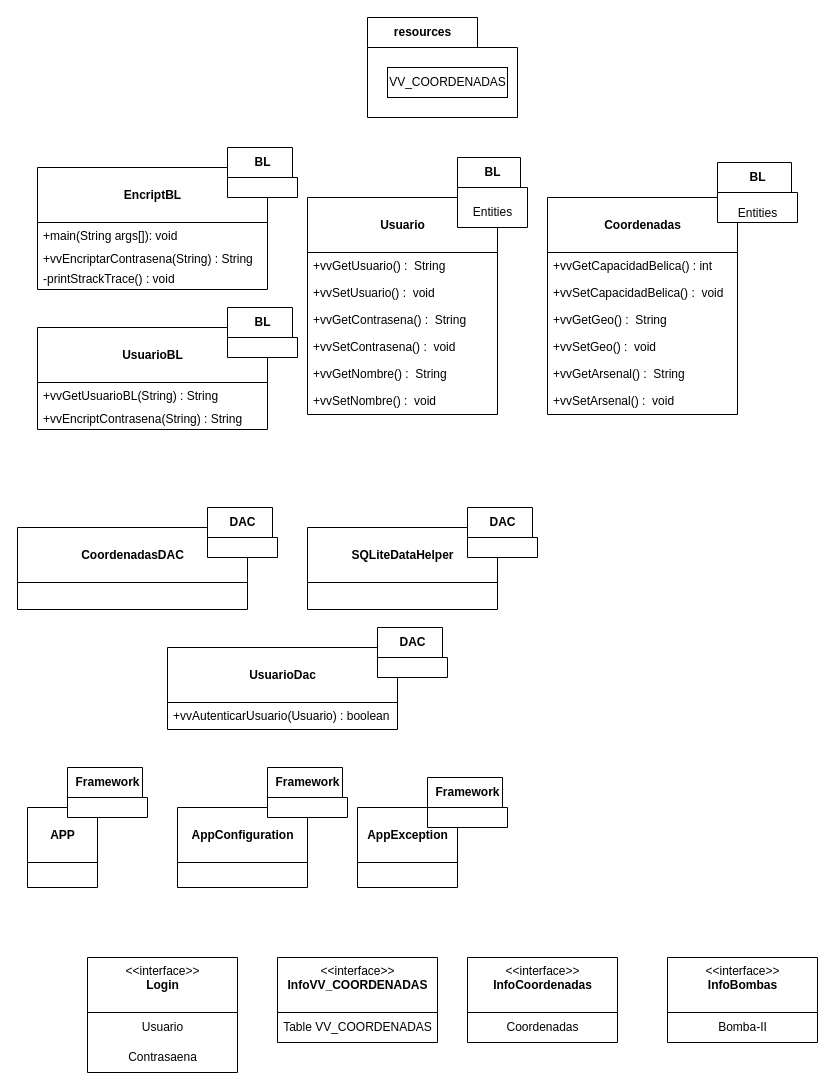
This is resources/DiagramaUML.drawio from francisvelastegui/ExamenSegundoBimestre, a draw.io file, before an edit. Source tidied: cells renumbered, new cells numbered last; positions are measured from the earlier drawing's top-left corner, leaving out a move shared by most shapes. Both pictures are drawn from the tidied source at 100%, with x=0, y=0 at pixel (17, 17).
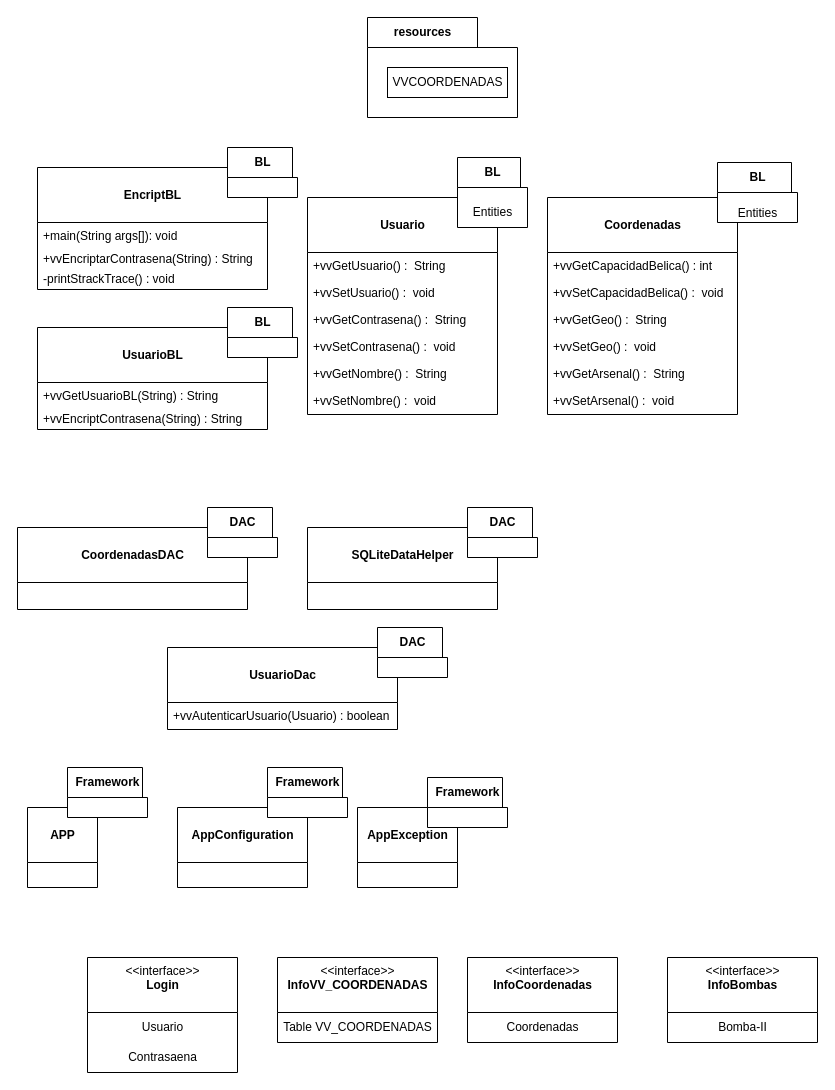
After the change.

The change refers to these unchanged cells:
```xml
<mxCell id="2" value="resources" style="shape=folder;fontStyle=1;tabWidth=110;tabHeight=30;tabPosition=left;html=1;boundedLbl=1;labelInHeader=1;" parent="1" vertex="1">
  <mxGeometry x="350" width="150" height="100" as="geometry" />
</mxCell>
```

Diff of the diagram source:
```diff
@@
-    <mxCell id="3" value="VV_COORDENADAS" style="html=1;" parent="2" vertex="1">
+    <mxCell id="3" value="VVCOORDENADAS" style="html=1;" parent="2" vertex="1">
       <mxGeometry width="120" height="30" relative="1" as="geometry">
         <mxPoint x="20" y="50" as="offset" />
       </mxGeometry>
     </mxCell>
```
